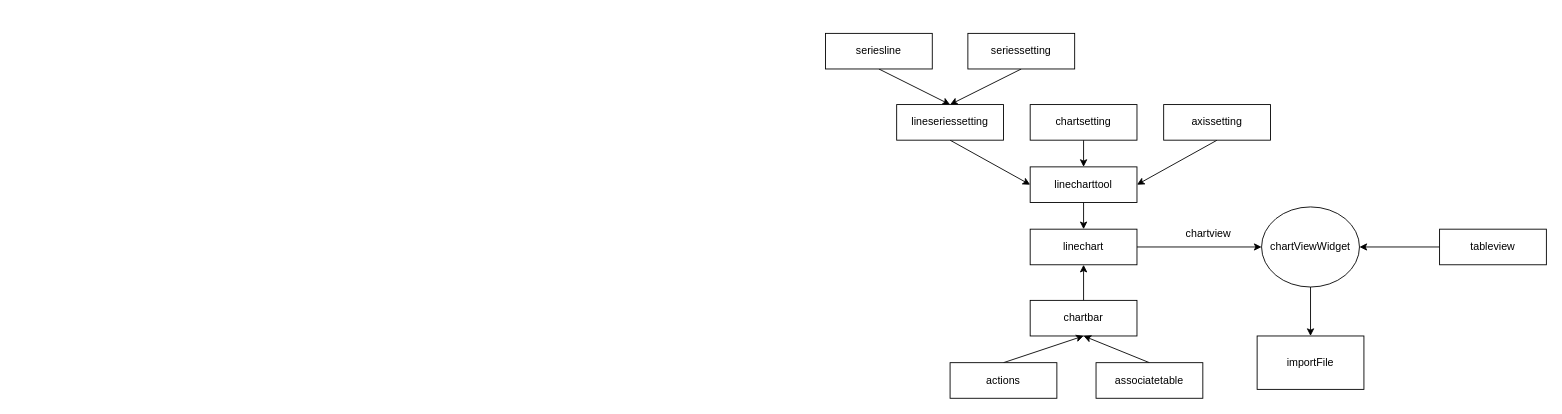
Above: chartViewWidget.drawio in 519984307/30kW-SourceLoad (draw.io), before the change. Source tidied: cells renumbered, new cells numbered last; positions are measured from the earlier drawing's top-left corner, leaving out a move shared by most shapes. Both pictures are drawn from the tidied source at 89%, with x=0, y=0 at pixel (825, 33).
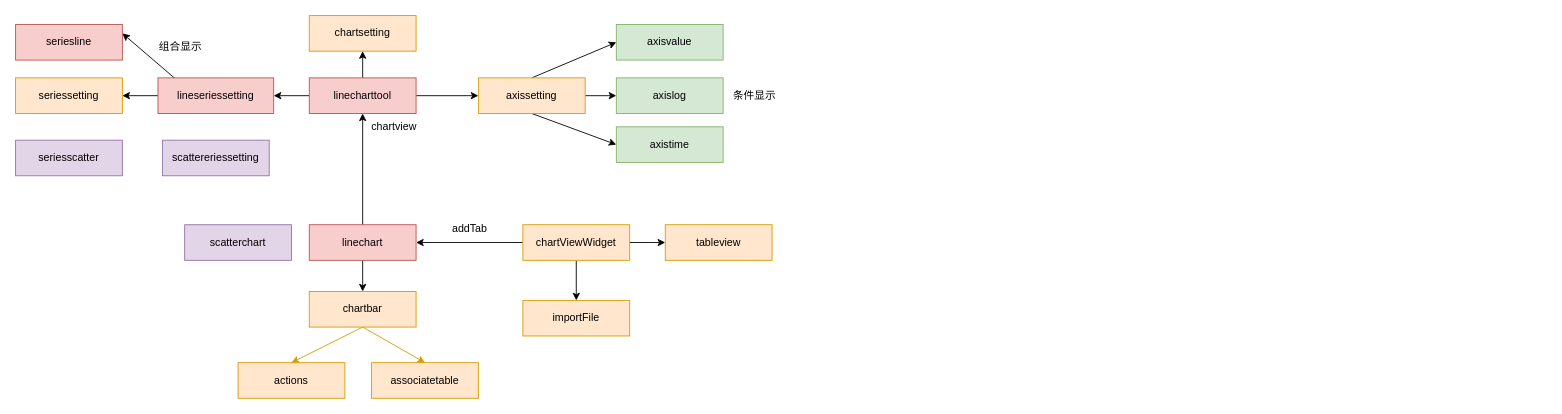
The same page after the edit.

What changed in the source:
```diff
@@
-    <mxCell id="2" style="edgeStyle=none;html=1;exitX=0.5;exitY=1;exitDx=0;exitDy=0;entryX=0.5;entryY=0;entryDx=0;entryDy=0;" parent="1" edge="1" source="3" target="7">
-      <mxGeometry relative="1" as="geometry" />
-    </mxCell>
-    <mxCell id="3" value="seriesline" style="whiteSpace=wrap;html=1;" parent="1" vertex="1">
-      <mxGeometry width="120" height="40" as="geometry" />
-    </mxCell>
-    <mxCell id="4" style="edgeStyle=none;html=1;exitX=0.5;exitY=1;exitDx=0;exitDy=0;" parent="1" edge="1" source="5">
-      <mxGeometry relative="1" as="geometry">
-        <mxPoint x="140" y="80" as="targetPoint" />
-      </mxGeometry>
-    </mxCell>
-    <mxCell id="5" value="seriessetting" style="whiteSpace=wrap;html=1;" parent="1" vertex="1">
-      <mxGeometry x="160" width="120" height="40" as="geometry" />
+    <mxCell id="5" value="seriessetting" style="whiteSpace=wrap;html=1;fillColor=#ffe6cc;strokeColor=#d79b00;" parent="1" vertex="1">
+      <mxGeometry x="-910" y="50" width="120" height="40" as="geometry" />
     </mxCell>
-    <mxCell id="6" style="edgeStyle=none;html=1;exitX=0.5;exitY=1;exitDx=0;exitDy=0;entryX=0;entryY=0.5;entryDx=0;entryDy=0;" parent="1" edge="1" source="7" target="9">
-      <mxGeometry relative="1" as="geometry" />
-    </mxCell>
+    <mxCell id="28" style="edgeStyle=none;html=1;exitX=0;exitY=0.5;exitDx=0;exitDy=0;entryX=1;entryY=0.5;entryDx=0;entryDy=0;" parent="1" edge="1" source="7" target="5">
+      <mxGeometry relative="1" as="geometry" />
+    </mxCell>
+    <mxCell id="29" style="edgeStyle=none;html=1;exitX=0.5;exitY=1;exitDx=0;exitDy=0;entryX=1;entryY=0.25;entryDx=0;entryDy=0;" parent="1" edge="1" source="7" target="3">
+      <mxGeometry relative="1" as="geometry" />
+    </mxCell>
-    <mxCell id="7" value="lineseriessetting" style="whiteSpace=wrap;html=1;" parent="1" vertex="1">
-      <mxGeometry x="80" y="80" width="120" height="40" as="geometry" />
+    <mxCell id="7" value="lineseriessetting" style="whiteSpace=wrap;html=1;fillColor=#f8cecc;strokeColor=#b85450;" parent="1" vertex="1">
+      <mxGeometry x="-750" y="50" width="130" height="40" as="geometry" />
     </mxCell>
-    <mxCell id="8" style="edgeStyle=none;html=1;exitX=0.5;exitY=1;exitDx=0;exitDy=0;entryX=0.5;entryY=0;entryDx=0;entryDy=0;" parent="1" edge="1" source="9" target="15">
-      <mxGeometry relative="1" as="geometry" />
-    </mxCell>
+    <mxCell id="30" style="edgeStyle=none;html=1;exitX=0;exitY=0.5;exitDx=0;exitDy=0;entryX=1;entryY=0.5;entryDx=0;entryDy=0;" parent="1" edge="1" source="9" target="7">
+      <mxGeometry relative="1" as="geometry" />
+    </mxCell>
+    <mxCell id="31" style="edgeStyle=none;html=1;exitX=0.5;exitY=0;exitDx=0;exitDy=0;entryX=0.5;entryY=1;entryDx=0;entryDy=0;" parent="1" edge="1" source="9" target="11">
+      <mxGeometry relative="1" as="geometry" />
+    </mxCell>
+    <mxCell id="32" style="edgeStyle=none;html=1;exitX=1;exitY=0.5;exitDx=0;exitDy=0;entryX=0;entryY=0.5;entryDx=0;entryDy=0;" parent="1" edge="1" source="9" target="13">
+      <mxGeometry relative="1" as="geometry" />
+    </mxCell>
-    <mxCell id="9" value="linecharttool" style="whiteSpace=wrap;html=1;" parent="1" vertex="1">
-      <mxGeometry x="230" y="150" width="120" height="40" as="geometry" />
+    <mxCell id="9" value="linecharttool" style="whiteSpace=wrap;html=1;fillColor=#f8cecc;strokeColor=#b85450;" parent="1" vertex="1">
+      <mxGeometry x="-580" y="50" width="120" height="40" as="geometry" />
     </mxCell>
-    <mxCell id="10" style="edgeStyle=none;html=1;exitX=0.5;exitY=1;exitDx=0;exitDy=0;entryX=0.5;entryY=0;entryDx=0;entryDy=0;" parent="1" edge="1" source="11" target="9">
-      <mxGeometry relative="1" as="geometry" />
-    </mxCell>
-    <mxCell id="11" value="chartsetting" style="whiteSpace=wrap;html=1;" parent="1" vertex="1">
-      <mxGeometry x="230" y="80" width="120" height="40" as="geometry" />
+    <mxCell id="11" value="chartsetting" style="whiteSpace=wrap;html=1;fillColor=#ffe6cc;strokeColor=#d79b00;" parent="1" vertex="1">
+      <mxGeometry x="-580" y="-20" width="120" height="40" as="geometry" />
     </mxCell>
-    <mxCell id="12" style="edgeStyle=none;html=1;exitX=0.5;exitY=1;exitDx=0;exitDy=0;entryX=1;entryY=0.5;entryDx=0;entryDy=0;" parent="1" edge="1" source="13" target="9">
-      <mxGeometry relative="1" as="geometry" />
-    </mxCell>
+    <mxCell id="33" style="edgeStyle=none;html=1;exitX=0.5;exitY=0;exitDx=0;exitDy=0;entryX=0;entryY=0.5;entryDx=0;entryDy=0;" parent="1" edge="1" source="13" target="41">
+      <mxGeometry relative="1" as="geometry" />
+    </mxCell>
+    <mxCell id="34" style="edgeStyle=none;html=1;exitX=1;exitY=0.5;exitDx=0;exitDy=0;entryX=0;entryY=0.5;entryDx=0;entryDy=0;" parent="1" edge="1" source="13" target="43">
+      <mxGeometry relative="1" as="geometry" />
+    </mxCell>
+    <mxCell id="35" style="edgeStyle=none;html=1;exitX=0.5;exitY=1;exitDx=0;exitDy=0;entryX=0;entryY=0.5;entryDx=0;entryDy=0;" parent="1" edge="1" source="13" target="42">
+      <mxGeometry relative="1" as="geometry" />
+    </mxCell>
-    <mxCell id="13" value="axissetting" style="whiteSpace=wrap;html=1;" parent="1" vertex="1">
-      <mxGeometry x="380" y="80" width="120" height="40" as="geometry" />
+    <mxCell id="13" value="axissetting" style="whiteSpace=wrap;html=1;fillColor=#ffe6cc;strokeColor=#d79b00;" parent="1" vertex="1">
+      <mxGeometry x="-390" y="50" width="120" height="40" as="geometry" />
     </mxCell>
-    <mxCell id="14" style="edgeStyle=none;html=1;exitX=1;exitY=0.5;exitDx=0;exitDy=0;entryX=0;entryY=0.5;entryDx=0;entryDy=0;" parent="1" edge="1" source="15" target="23">
-      <mxGeometry relative="1" as="geometry" />
-    </mxCell>
+    <mxCell id="36" style="edgeStyle=none;html=1;exitX=0.5;exitY=1;exitDx=0;exitDy=0;entryX=0.5;entryY=0;entryDx=0;entryDy=0;" parent="1" edge="1" source="15" target="17">
+      <mxGeometry relative="1" as="geometry" />
+    </mxCell>
+    <mxCell id="37" style="edgeStyle=none;html=1;exitX=0.5;exitY=0;exitDx=0;exitDy=0;entryX=0.5;entryY=1;entryDx=0;entryDy=0;" parent="1" edge="1" source="15" target="9">
+      <mxGeometry relative="1" as="geometry" />
+    </mxCell>
-    <mxCell id="15" value="linechart" style="whiteSpace=wrap;html=1;" parent="1" vertex="1">
-      <mxGeometry x="230" y="220" width="120" height="40" as="geometry" />
+    <mxCell id="15" value="linechart" style="whiteSpace=wrap;html=1;fillColor=#f8cecc;strokeColor=#b85450;" parent="1" vertex="1">
+      <mxGeometry x="-580" y="215" width="120" height="40" as="geometry" />
     </mxCell>
-    <mxCell id="16" style="edgeStyle=none;html=1;exitX=0.5;exitY=0;exitDx=0;exitDy=0;entryX=0.5;entryY=1;entryDx=0;entryDy=0;" parent="1" edge="1" source="17" target="15">
-      <mxGeometry relative="1" as="geometry" />
-    </mxCell>
+    <mxCell id="38" style="edgeStyle=none;html=1;exitX=0.5;exitY=1;exitDx=0;exitDy=0;entryX=0.5;entryY=0;entryDx=0;entryDy=0;fillColor=#ffe6cc;strokeColor=#d79b00;" parent="1" edge="1" source="17" target="19">
+      <mxGeometry relative="1" as="geometry" />
+    </mxCell>
+    <mxCell id="39" style="edgeStyle=none;html=1;exitX=0.5;exitY=1;exitDx=0;exitDy=0;entryX=0.5;entryY=0;entryDx=0;entryDy=0;fillColor=#ffe6cc;strokeColor=#d79b00;" parent="1" edge="1" source="17" target="21">
+      <mxGeometry relative="1" as="geometry" />
+    </mxCell>
-    <mxCell id="17" value="chartbar" style="whiteSpace=wrap;html=1;" parent="1" vertex="1">
-      <mxGeometry x="230" y="300" width="120" height="40" as="geometry" />
+    <mxCell id="17" value="chartbar" style="whiteSpace=wrap;html=1;fillColor=#ffe6cc;strokeColor=#d79b00;" parent="1" vertex="1">
+      <mxGeometry x="-580" y="290" width="120" height="40" as="geometry" />
     </mxCell>
-    <mxCell id="18" style="edgeStyle=none;html=1;exitX=0.5;exitY=0;exitDx=0;exitDy=0;entryX=0.5;entryY=1;entryDx=0;entryDy=0;" parent="1" edge="1" source="19" target="17">
-      <mxGeometry relative="1" as="geometry" />
-    </mxCell>
-    <mxCell id="19" value="actions" style="whiteSpace=wrap;html=1;" parent="1" vertex="1">
-      <mxGeometry x="140" y="370" width="120" height="40" as="geometry" />
+    <mxCell id="19" value="actions" style="whiteSpace=wrap;html=1;fillColor=#ffe6cc;strokeColor=#d79b00;" parent="1" vertex="1">
+      <mxGeometry x="-660" y="370" width="120" height="40" as="geometry" />
     </mxCell>
-    <mxCell id="20" style="edgeStyle=none;html=1;exitX=0.5;exitY=0;exitDx=0;exitDy=0;" parent="1" edge="1" source="21">
-      <mxGeometry relative="1" as="geometry">
-        <mxPoint x="290" y="340" as="targetPoint" />
-      </mxGeometry>
-    </mxCell>
-    <mxCell id="21" value="associatetable" style="whiteSpace=wrap;html=1;" parent="1" vertex="1">
-      <mxGeometry x="304" y="370" width="120" height="40" as="geometry" />
+    <mxCell id="21" value="associatetable" style="whiteSpace=wrap;html=1;fillColor=#ffe6cc;strokeColor=#d79b00;" parent="1" vertex="1">
+      <mxGeometry x="-510" y="370" width="120" height="40" as="geometry" />
     </mxCell>
-    <mxCell id="22" style="edgeStyle=none;html=1;" parent="1" edge="1" source="23" target="27">
-      <mxGeometry relative="1" as="geometry" />
-    </mxCell>
-    <mxCell id="23" value="chartViewWidget" style="ellipse;whiteSpace=wrap;html=1;" parent="1" vertex="1">
-      <mxGeometry x="490" y="195" width="110" height="90" as="geometry" />
-    </mxCell>
-    <mxCell id="24" style="edgeStyle=none;html=1;exitX=0;exitY=0.5;exitDx=0;exitDy=0;entryX=1;entryY=0.5;entryDx=0;entryDy=0;" parent="1" edge="1" source="25" target="23">
-      <mxGeometry relative="1" as="geometry" />
-    </mxCell>
+    <mxCell id="40" style="edgeStyle=none;html=1;exitX=1;exitY=0.5;exitDx=0;exitDy=0;entryX=0;entryY=0.5;entryDx=0;entryDy=0;" parent="1" edge="1" target="25">
+      <mxGeometry relative="1" as="geometry">
+        <mxPoint x="-235" y="235" as="sourcePoint" />
+      </mxGeometry>
+    </mxCell>
-    <mxCell id="25" value="tableview" style="whiteSpace=wrap;html=1;" parent="1" vertex="1">
-      <mxGeometry x="690" y="220" width="120" height="40" as="geometry" />
+    <mxCell id="25" value="tableview" style="whiteSpace=wrap;html=1;fillColor=#ffe6cc;strokeColor=#d79b00;" parent="1" vertex="1">
+      <mxGeometry x="-180" y="215" width="120" height="40" as="geometry" />
     </mxCell>
     <mxCell id="26" value="chartview" style="text;html=1;align=center;verticalAlign=middle;strokeColor=none;fillColor=none;" parent="1" vertex="1">
-      <mxGeometry x="395" y="210" width="70" height="30" as="geometry" />
+      <mxGeometry x="-520" y="90" width="70" height="30" as="geometry" />
     </mxCell>
-    <mxCell id="27" value="importFile" style="whiteSpace=wrap;html=1;" parent="1" vertex="1">
-      <mxGeometry x="485" y="340" width="120" height="60" as="geometry" />
+    <mxCell id="27" value="importFile" style="whiteSpace=wrap;html=1;fillColor=#ffe6cc;strokeColor=#d79b00;" parent="1" vertex="1">
+      <mxGeometry x="-340" y="300" width="120" height="40" as="geometry" />
     </mxCell>
+    <mxCell id="41" value="axisvalue" style="whiteSpace=wrap;html=1;fillColor=#d5e8d4;strokeColor=#82b366;" parent="1" vertex="1">
+      <mxGeometry x="-235" y="-10" width="120" height="40" as="geometry" />
+    </mxCell>
+    <mxCell id="42" value="axistime" style="whiteSpace=wrap;html=1;fillColor=#d5e8d4;strokeColor=#82b366;" parent="1" vertex="1">
+      <mxGeometry x="-235" y="105" width="120" height="40" as="geometry" />
+    </mxCell>
+    <mxCell id="43" value="axislog" style="whiteSpace=wrap;html=1;fillColor=#d5e8d4;strokeColor=#82b366;" parent="1" vertex="1">
+      <mxGeometry x="-235" y="50" width="120" height="40" as="geometry" />
+    </mxCell>
+    <mxCell id="3" value="seriesline" style="whiteSpace=wrap;html=1;fillColor=#f8cecc;strokeColor=#b85450;" parent="1" vertex="1">
+      <mxGeometry x="-910" y="-10" width="120" height="40" as="geometry" />
+    </mxCell>
+    <mxCell id="44" value="seriesscatter" style="whiteSpace=wrap;html=1;fillColor=#e1d5e7;strokeColor=#9673a6;" parent="1" vertex="1">
+      <mxGeometry x="-910" y="120" width="120" height="40" as="geometry" />
+    </mxCell>
+    <mxCell id="45" style="edgeStyle=none;html=1;exitX=0;exitY=0.5;exitDx=0;exitDy=0;entryX=1;entryY=0.5;entryDx=0;entryDy=0;" parent="1" edge="1" source="23" target="15">
+      <mxGeometry relative="1" as="geometry" />
+    </mxCell>
+    <mxCell id="22" style="edgeStyle=none;html=1;exitX=0.5;exitY=1;exitDx=0;exitDy=0;entryX=0.5;entryY=0;entryDx=0;entryDy=0;" parent="1" edge="1" source="23" target="27">
+      <mxGeometry relative="1" as="geometry" />
+    </mxCell>
+    <mxCell id="23" value="chartViewWidget" style="whiteSpace=wrap;html=1;fillColor=#ffe6cc;strokeColor=#d79b00;" parent="1" vertex="1">
+      <mxGeometry x="-340" y="215" width="120" height="40" as="geometry" />
+    </mxCell>
+    <mxCell id="46" value="addTab" style="text;html=1;align=center;verticalAlign=middle;strokeColor=none;fillColor=none;" parent="1" vertex="1">
+      <mxGeometry x="-430" y="205" width="60" height="30" as="geometry" />
+    </mxCell>
+    <mxCell id="47" value="scattereriessetting" style="whiteSpace=wrap;html=1;fillColor=#e1d5e7;strokeColor=#9673a6;" parent="1" vertex="1">
+      <mxGeometry x="-745" y="120" width="120" height="40" as="geometry" />
+    </mxCell>
+    <mxCell id="48" value="scatterchart" style="whiteSpace=wrap;html=1;fillColor=#e1d5e7;strokeColor=#9673a6;" parent="1" vertex="1">
+      <mxGeometry x="-720" y="215" width="120" height="40" as="geometry" />
+    </mxCell>
+    <mxCell id="49" value="条件显示" style="text;html=1;align=center;verticalAlign=middle;strokeColor=none;fillColor=none;" parent="1" vertex="1">
+      <mxGeometry x="-115" y="55" width="70" height="30" as="geometry" />
+    </mxCell>
+    <mxCell id="50" value="组合显示" style="text;html=1;align=center;verticalAlign=middle;strokeColor=none;fillColor=none;" parent="1" vertex="1">
+      <mxGeometry x="-760" width="70" height="30" as="geometry" />
+    </mxCell>
```
